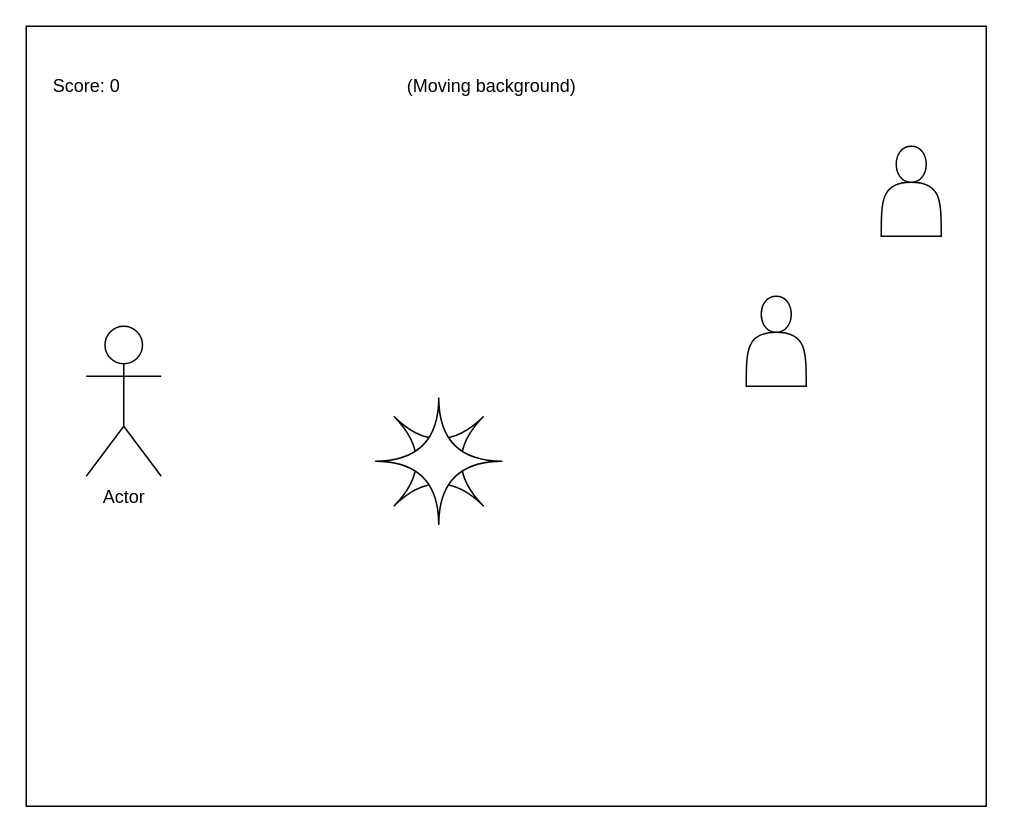
Above: designs/storyboard.drawio in KaitlynIp64/Final-Project---Kaitlyn-and-Ava (draw.io), before the change. Source tidied: cells renumbered, new cells numbered last; positions are measured from the earlier drawing's top-left corner, leaving out a move shared by most shapes. Both pictures are drawn from the tidied source at 150%, with x=0, y=0 at pixel (26, 26).
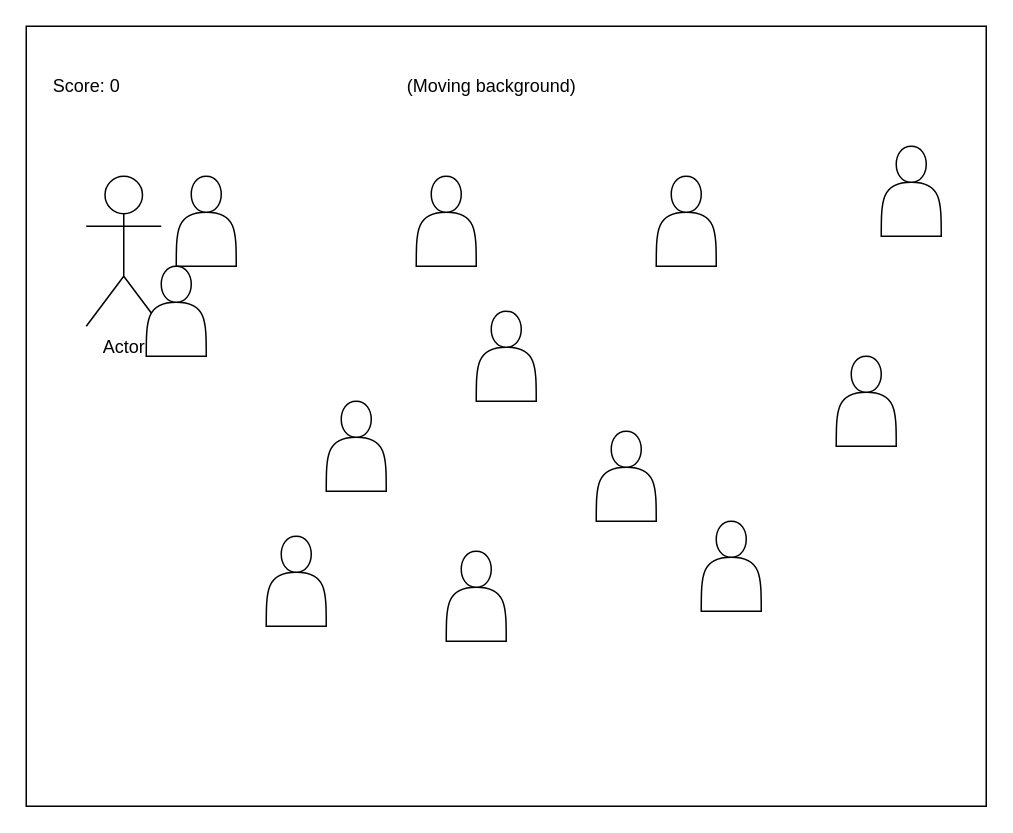
The same diagram, later.

What changed in the source:
```diff
@@
 <mxGraphModel>
   <root>
     <mxCell id="0" />
     <mxCell id="1" parent="0" />
     <mxCell id="2" style="rounded=0;whiteSpace=wrap;html=1;" parent="1" vertex="1">
       <mxGeometry width="640" height="520" as="geometry" />
     </mxCell>
     <mxCell id="3" value="Score: 0" style="text;html=1;align=center;verticalAlign=middle;strokeColor=none;fillColor=none;" parent="1" vertex="1">
       <mxGeometry x="10" y="30" width="60" height="20" as="geometry" />
     </mxCell>
     <mxCell id="4" value="(Moving background)" style="text;html=1;align=center;verticalAlign=middle;strokeColor=none;fillColor=none;" parent="1" vertex="1">
       <mxGeometry x="245" y="30" width="130" height="20" as="geometry" />
     </mxCell>
     <mxCell id="5" value="Actor" style="shape=umlActor;verticalLabelPosition=bottom;verticalAlign=top;html=1;" parent="1" vertex="1">
-      <mxGeometry x="40" y="200" width="50" height="100" as="geometry" />
+      <mxGeometry x="40" y="100" width="50" height="100" as="geometry" />
     </mxCell>
-    <mxCell id="6" style="shape=switch;whiteSpace=wrap;html=1;" parent="1" vertex="1">
-      <mxGeometry x="245" y="260" width="60" height="60" as="geometry" />
-    </mxCell>
-    <mxCell id="7" style="shape=switch;whiteSpace=wrap;html=1;rotation=45;" parent="1" vertex="1">
-      <mxGeometry x="245" y="260" width="60" height="60" as="geometry" />
-    </mxCell>
     <mxCell id="8" style="shape=actor;whiteSpace=wrap;html=1;" parent="1" vertex="1">
-      <mxGeometry x="480" y="180" width="40" height="60" as="geometry" />
+      <mxGeometry x="100" y="100" width="40" height="60" as="geometry" />
     </mxCell>
     <mxCell id="9" style="shape=actor;whiteSpace=wrap;html=1;" parent="1" vertex="1">
       <mxGeometry x="570" y="80" width="40" height="60" as="geometry" />
     </mxCell>
+    <mxCell id="10" style="shape=actor;whiteSpace=wrap;html=1;" parent="1" vertex="1">
+      <mxGeometry x="300" y="190" width="40" height="60" as="geometry" />
+    </mxCell>
+    <mxCell id="11" style="shape=actor;whiteSpace=wrap;html=1;" parent="1" vertex="1">
+      <mxGeometry x="420" y="100" width="40" height="60" as="geometry" />
+    </mxCell>
+    <mxCell id="12" style="shape=actor;whiteSpace=wrap;html=1;" parent="1" vertex="1">
+      <mxGeometry x="280" y="350" width="40" height="60" as="geometry" />
+    </mxCell>
+    <mxCell id="13" style="shape=actor;whiteSpace=wrap;html=1;" parent="1" vertex="1">
+      <mxGeometry x="80" y="160" width="40" height="60" as="geometry" />
+    </mxCell>
+    <mxCell id="14" style="shape=actor;whiteSpace=wrap;html=1;" parent="1" vertex="1">
+      <mxGeometry x="380" y="270" width="40" height="60" as="geometry" />
+    </mxCell>
+    <mxCell id="15" style="shape=actor;whiteSpace=wrap;html=1;" parent="1" vertex="1">
+      <mxGeometry x="540" y="220" width="40" height="60" as="geometry" />
+    </mxCell>
+    <mxCell id="16" style="shape=actor;whiteSpace=wrap;html=1;" parent="1" vertex="1">
+      <mxGeometry x="200" y="250" width="40" height="60" as="geometry" />
+    </mxCell>
+    <mxCell id="17" style="shape=actor;whiteSpace=wrap;html=1;" parent="1" vertex="1">
+      <mxGeometry x="260" y="100" width="40" height="60" as="geometry" />
+    </mxCell>
+    <mxCell id="18" style="shape=actor;whiteSpace=wrap;html=1;" parent="1" vertex="1">
+      <mxGeometry x="450" y="330" width="40" height="60" as="geometry" />
+    </mxCell>
+    <mxCell id="19" style="shape=actor;whiteSpace=wrap;html=1;" parent="1" vertex="1">
+      <mxGeometry x="160" y="340" width="40" height="60" as="geometry" />
+    </mxCell>
   </root>
 </mxGraphModel>
```
